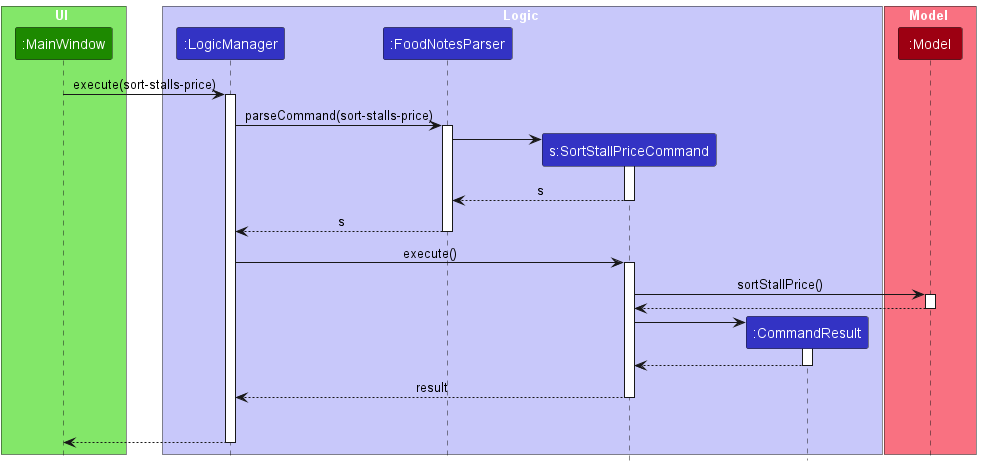
teoks0199/tp keeps this PlantUML diagram as docs/images/SortPriceSequenceDiagram.png. Above is the earlier version.
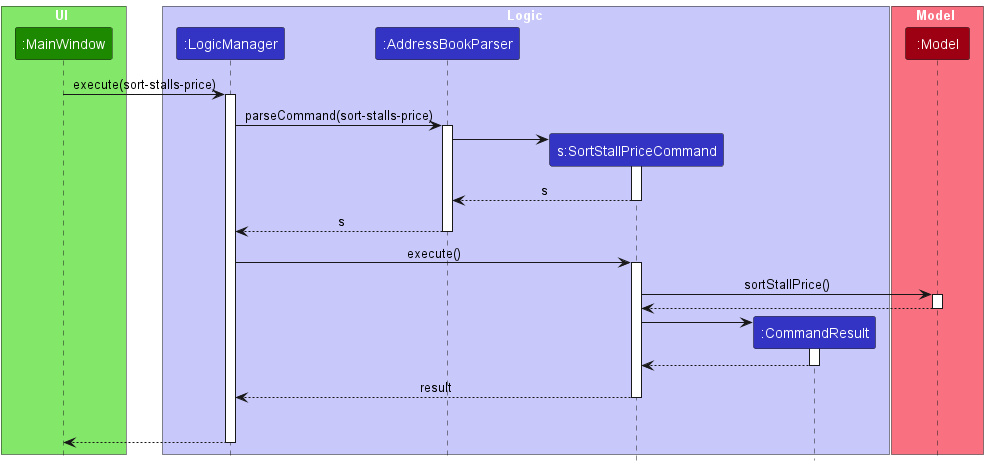
Above is the later version.

Change to the diagram source:
```diff
@@ -8,7 +8,7 @@
 
 box Logic LOGIC_COLOR_T1
 participant ":LogicManager" as LogicManager LOGIC_COLOR
-participant ":FoodNotesParser" as FoodNotesParser LOGIC_COLOR
+participant ":AddressBookParser" as AddressBookParser LOGIC_COLOR
 participant "s:SortStallPriceCommand" as SortPriceCommand LOGIC_COLOR
 participant ":CommandResult" as CommandResult LOGIC_COLOR
 end box
@@ -19,18 +19,18 @@
 MainWindow -> LogicManager : execute(sort-stalls-price)
 activate LogicManager
 
-LogicManager -> FoodNotesParser : parseCommand(sort-stalls-price)
-activate FoodNotesParser
+LogicManager -> AddressBookParser : parseCommand(sort-stalls-price)
+activate AddressBookParser
 
 create SortPriceCommand
-FoodNotesParser -> SortPriceCommand
+AddressBookParser -> SortPriceCommand
 activate SortPriceCommand
 
-SortPriceCommand --> FoodNotesParser : s
+SortPriceCommand --> AddressBookParser : s
 deactivate SortPriceCommand
 
-FoodNotesParser --> LogicManager : s
-deactivate FoodNotesParser
+AddressBookParser --> LogicManager : s
+deactivate AddressBookParser
 
 LogicManager -> SortPriceCommand : execute()
 activate SortPriceCommand
```
